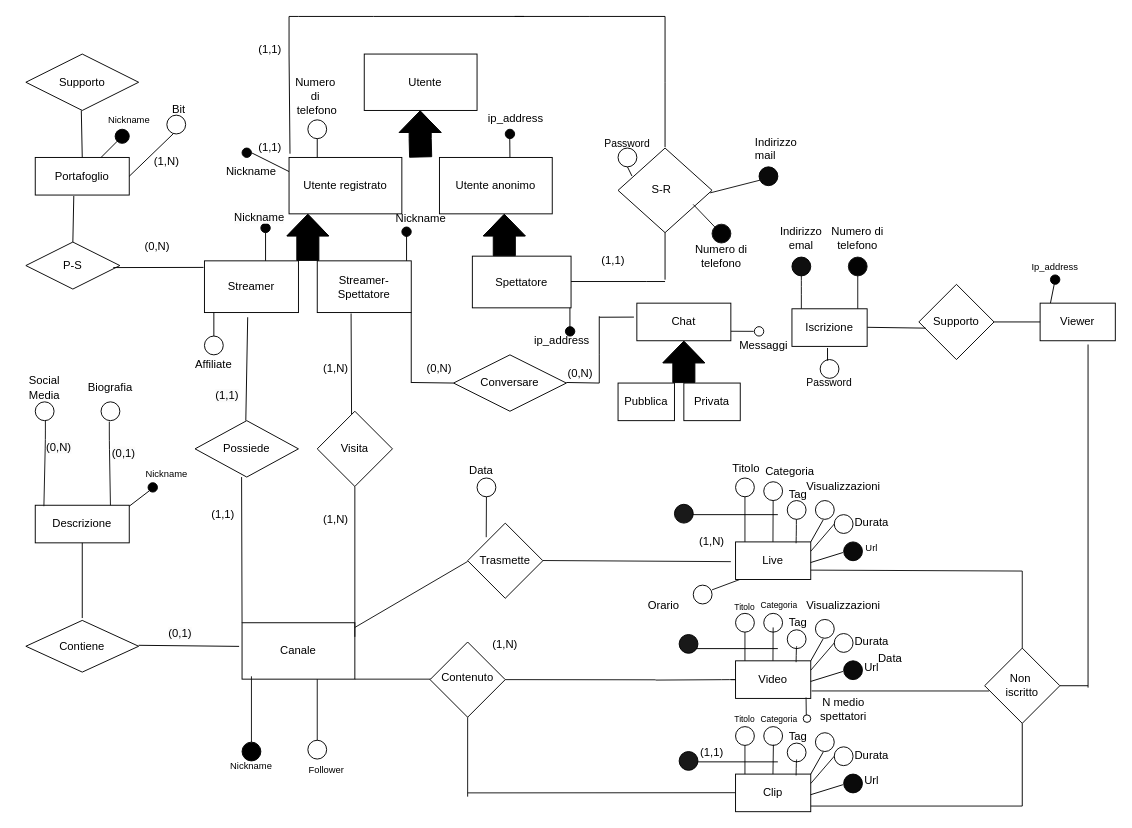
Above: e-r_revised_hypothesis.drawio in Popper002/Streaming-Service-Db-project-unito (draw.io), before the change. Source tidied: cells renumbered, new cells numbered last; positions are measured from the earlier drawing's top-left corner, leaving out a move shared by most shapes. Both pictures are drawn from the tidied source at 94%, with x=0, y=0 at pixel (16, 16).
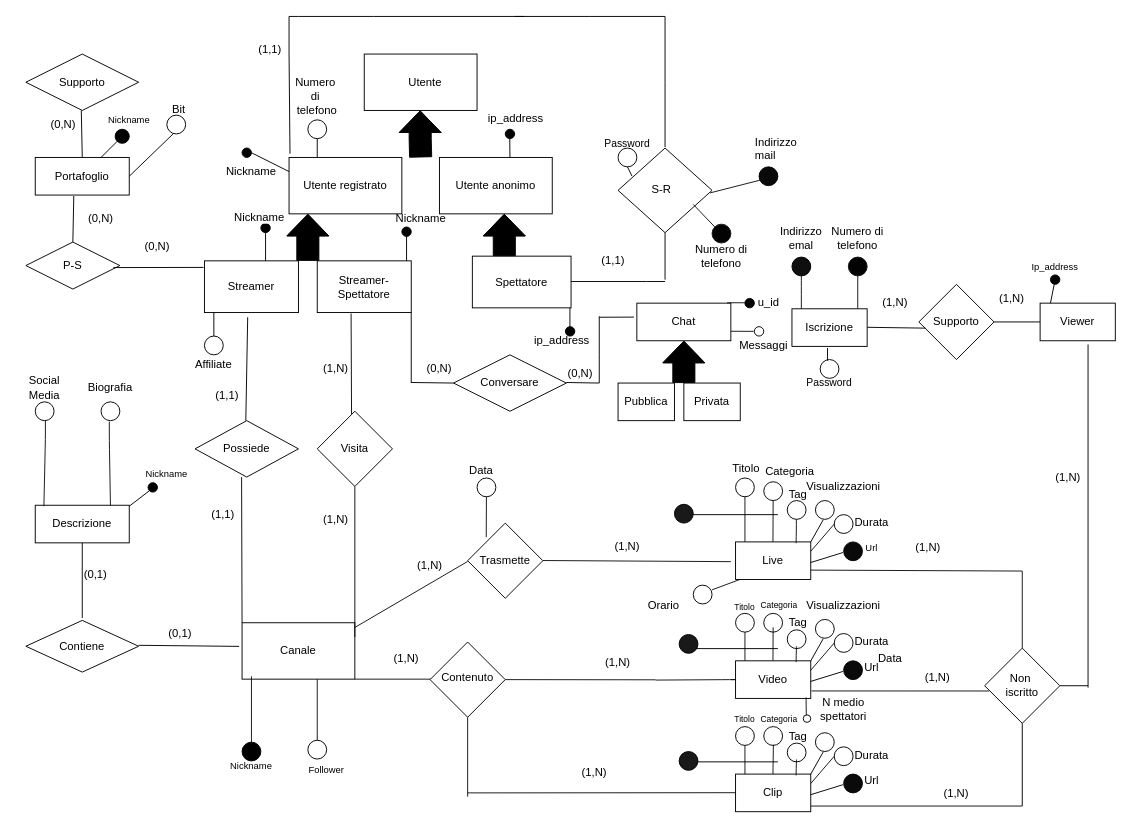
Above is the later version.

Change to the diagram source:
```diff
@@
     <mxCell id="53" value="(1,N)" style="text;html=1;strokeColor=none;fillColor=none;align=center;verticalAlign=middle;whiteSpace=wrap;rounded=0;" parent="1" vertex="1">
-      <mxGeometry x="490" y="653" width="60" height="30" as="geometry" />
+      <mxGeometry x="385" y="667.5" width="60" height="30" as="geometry" />
     </mxCell>
     <mxCell id="54" value="(1,N)" style="text;html=1;strokeColor=none;fillColor=none;align=center;verticalAlign=middle;whiteSpace=wrap;rounded=0;" parent="1" vertex="1">
-      <mxGeometry x="710" y="544" width="60" height="30" as="geometry" />
+      <mxGeometry x="620" y="549" width="60" height="30" as="geometry" />
     </mxCell>
@@
-    <mxCell id="100" value="&lt;span style=&quot;caret-color: rgb(0, 0, 0); color: rgb(0, 0, 0); font-family: Helvetica; font-size: 12.000000953674316px; font-style: normal; font-variant-caps: normal; font-weight: 400; letter-spacing: normal; text-align: center; text-indent: 0px; text-transform: none; word-spacing: 0px; -webkit-text-stroke-width: 0px; background-color: rgb(251, 251, 251); text-decoration: none; float: none; display: inline !important;&quot;&gt;(0,1)&lt;/span&gt;" style="text;whiteSpace=wrap;html=1;" parent="1" vertex="1">
-      <mxGeometry x="100" y="451" width="60" height="40" as="geometry" />
-    </mxCell>
-    <mxCell id="101" value="&lt;span style=&quot;caret-color: rgb(0, 0, 0); color: rgb(0, 0, 0); font-family: Helvetica; font-size: 12.000000953674316px; font-style: normal; font-variant-caps: normal; font-weight: 400; letter-spacing: normal; text-align: center; text-indent: 0px; text-transform: none; word-spacing: 0px; -webkit-text-stroke-width: 0px; background-color: rgb(251, 251, 251); text-decoration: none; float: none; display: inline !important;&quot;&gt;(0,N)&lt;/span&gt;" style="text;whiteSpace=wrap;html=1;" parent="1" vertex="1">
-      <mxGeometry x="30" y="445" width="60" height="40" as="geometry" />
-    </mxCell>
@@
-    <mxCell id="117" value="(1,N)" style="text;html=1;strokeColor=none;fillColor=none;align=center;verticalAlign=middle;whiteSpace=wrap;rounded=0;" parent="1" vertex="1">
-      <mxGeometry x="130" y="140" width="60" height="30" as="geometry" />
-    </mxCell>
@@
-    <mxCell id="162" value="(1,1)" style="text;html=1;strokeColor=none;fillColor=none;align=center;verticalAlign=middle;whiteSpace=wrap;rounded=0;" parent="1" vertex="1">
-      <mxGeometry x="710" y="768" width="60" height="30" as="geometry" />
-    </mxCell>
@@
-    <mxCell id="183" value="(1,1)" style="text;html=1;strokeColor=none;fillColor=none;align=center;verticalAlign=middle;whiteSpace=wrap;rounded=0;" parent="1" vertex="1">
-      <mxGeometry x="240" y="125" width="60" height="30" as="geometry" />
-    </mxCell>
@@
+    <mxCell id="234" value="(1,N)" style="text;html=1;strokeColor=none;fillColor=none;align=center;verticalAlign=middle;whiteSpace=wrap;rounded=0;" parent="1" vertex="1">
+      <mxGeometry x="610" y="672" width="60" height="30" as="geometry" />
+    </mxCell>
+    <mxCell id="235" value="(1,N)" style="text;html=1;strokeColor=none;fillColor=none;align=center;verticalAlign=middle;whiteSpace=wrap;rounded=0;" parent="1" vertex="1">
+      <mxGeometry x="410" y="569" width="60" height="30" as="geometry" />
+    </mxCell>
+    <mxCell id="236" value="(1,N)" style="text;html=1;strokeColor=none;fillColor=none;align=center;verticalAlign=middle;whiteSpace=wrap;rounded=0;" parent="1" vertex="1">
+      <mxGeometry x="585" y="790" width="60" height="30" as="geometry" />
+    </mxCell>
+    <mxCell id="237" value="(1,N)" style="text;html=1;strokeColor=none;fillColor=none;align=center;verticalAlign=middle;whiteSpace=wrap;rounded=0;" parent="1" vertex="1">
+      <mxGeometry x="940" y="550" width="60" height="30" as="geometry" />
+    </mxCell>
+    <mxCell id="238" value="(1,N)" style="text;html=1;strokeColor=none;fillColor=none;align=center;verticalAlign=middle;whiteSpace=wrap;rounded=0;" parent="1" vertex="1">
+      <mxGeometry x="950" y="688" width="60" height="30" as="geometry" />
+    </mxCell>
+    <mxCell id="239" value="(1,N)" style="text;html=1;strokeColor=none;fillColor=none;align=center;verticalAlign=middle;whiteSpace=wrap;rounded=0;" parent="1" vertex="1">
+      <mxGeometry x="970" y="812" width="60" height="30" as="geometry" />
+    </mxCell>
+    <mxCell id="240" value="(1,N)" style="text;html=1;strokeColor=none;fillColor=none;align=center;verticalAlign=middle;whiteSpace=wrap;rounded=0;" parent="1" vertex="1">
+      <mxGeometry x="1089" y="476" width="60" height="30" as="geometry" />
+    </mxCell>
+    <mxCell id="241" value="(1,N)" style="text;html=1;strokeColor=none;fillColor=none;align=center;verticalAlign=middle;whiteSpace=wrap;rounded=0;" parent="1" vertex="1">
+      <mxGeometry x="1029" y="285" width="60" height="30" as="geometry" />
+    </mxCell>
+    <mxCell id="242" value="(1,N)" style="text;html=1;strokeColor=none;fillColor=none;align=center;verticalAlign=middle;whiteSpace=wrap;rounded=0;" parent="1" vertex="1">
+      <mxGeometry x="905" y="290" width="60" height="30" as="geometry" />
+    </mxCell>
+    <mxCell id="243" style="ellipse;whiteSpace=wrap;html=1;fillColor=#000000;strokeColor=#000000;" parent="1" vertex="1">
+      <mxGeometry x="775" y="300" width="10" height="10" as="geometry" />
+    </mxCell>
+    <mxCell id="244" style="endArrow=none;html=1;fontColor=default;labelBackgroundColor=default;strokeColor=#121212;strokeWidth=1;exitX=1;exitY=0.5;exitDx=0;exitDy=0;entryX=-0.067;entryY=0.5;entryDx=0;entryDy=0;entryPerimeter=0;" parent="1" edge="1">
+      <mxGeometry relative="1" as="geometry">
+        <mxPoint x="756" y="304.6" as="sourcePoint" />
+        <mxPoint x="780" y="304.6" as="targetPoint" />
+      </mxGeometry>
+    </mxCell>
+    <mxCell id="245" value="u_id" style="text;html=1;align=center;verticalAlign=middle;strokeColor=none;fillColor=none;" parent="1" vertex="1">
+      <mxGeometry x="775" y="290" width="50" height="30" as="geometry" />
+    </mxCell>
+    <mxCell id="246" value="(0,N)" style="text;html=1;strokeColor=none;fillColor=none;align=center;verticalAlign=middle;whiteSpace=wrap;rounded=0;" parent="1" vertex="1">
+      <mxGeometry x="60" y="200" width="60" height="30" as="geometry" />
+    </mxCell>
+    <mxCell id="247" value="(0,N)" style="text;html=1;strokeColor=none;fillColor=none;align=center;verticalAlign=middle;whiteSpace=wrap;rounded=0;" parent="1" vertex="1">
+      <mxGeometry x="20" y="100" width="60" height="30" as="geometry" />
+    </mxCell>
+    <mxCell id="100" value="&lt;span style=&quot;caret-color: rgb(0, 0, 0); color: rgb(0, 0, 0); font-family: Helvetica; font-size: 12.000000953674316px; font-style: normal; font-variant-caps: normal; font-weight: 400; letter-spacing: normal; text-align: center; text-indent: 0px; text-transform: none; word-spacing: 0px; -webkit-text-stroke-width: 0px; background-color: rgb(251, 251, 251); text-decoration: none; float: none; display: inline !important;&quot;&gt;(0,1)&lt;/span&gt;" style="text;whiteSpace=wrap;html=1;" parent="1" vertex="1">
+      <mxGeometry x="70" y="580" width="60" height="40" as="geometry" />
+    </mxCell>
```
